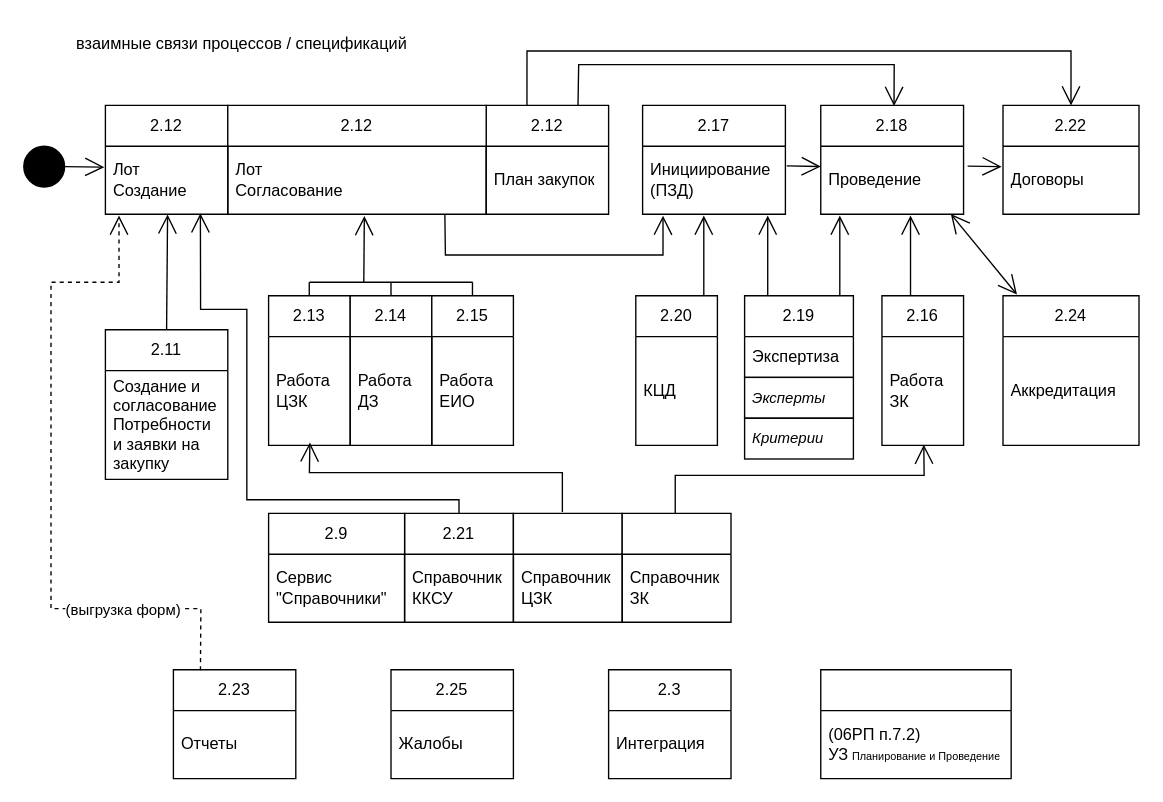
realrvs/drawio keeps this draw.io diagram as page "процессы / ТЗ" (8 of 8) of Предметная область SRM.drawio. Above is the earlier version. Source tidied: cells renumbered, new cells numbered last; positions are measured from the earlier drawing's top-left corner, leaving out a move shared by most shapes. Both pictures are drawn from the tidied source at 136%, with x=0, y=0 at pixel (23, 23).
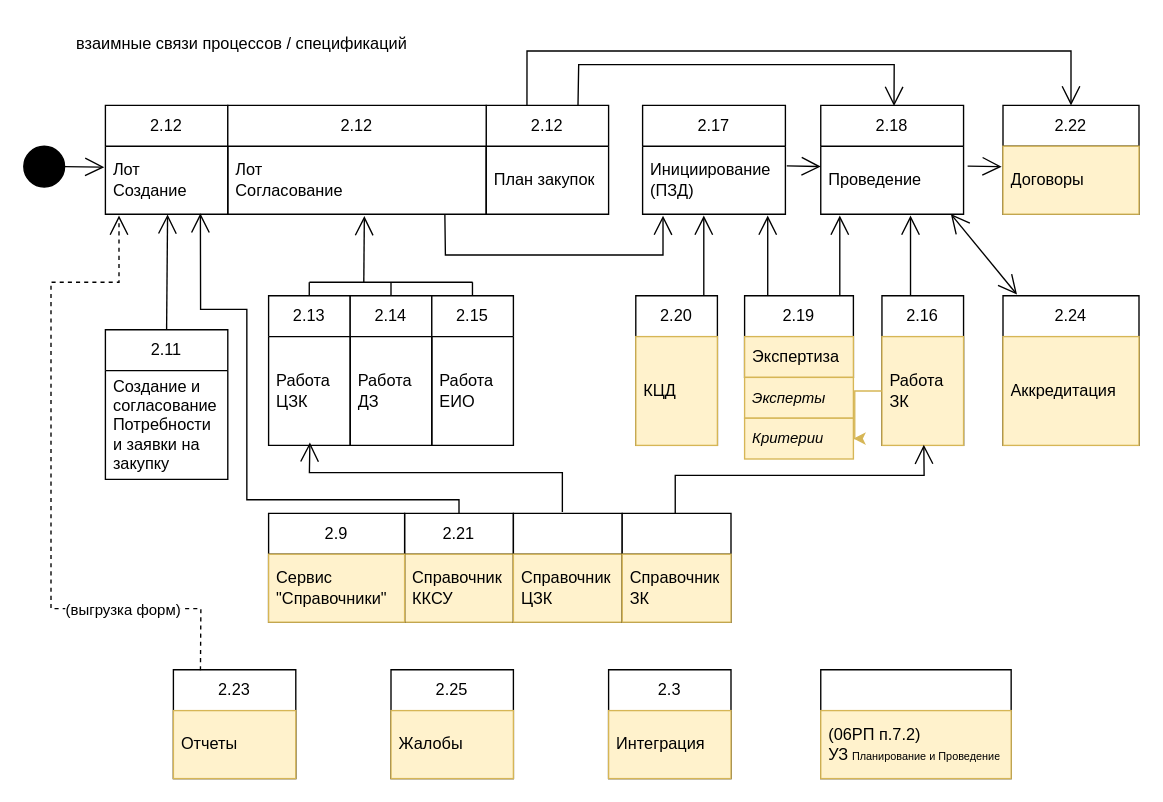
The same diagram, later.

The change refers to these unchanged cells:
```xml
<mxCell id="26" value="2.19" style="swimlane;fontStyle=0;horizontal=1;startSize=30;whiteSpace=wrap;html=1;" parent="1" vertex="1">
  <mxGeometry x="530" y="200" width="80" height="60" as="geometry" />
</mxCell>
<mxCell id="28" value="2.16" style="swimlane;fontStyle=0;horizontal=1;startSize=30;whiteSpace=wrap;html=1;" parent="1" vertex="1">
  <mxGeometry x="631" y="200" width="60" height="110" as="geometry" />
</mxCell>
<mxCell id="30" value="2.21" style="swimlane;fontStyle=0;horizontal=1;startSize=30;whiteSpace=wrap;html=1;" parent="1" vertex="1">
  <mxGeometry x="280" y="360" width="80" height="80" as="geometry" />
</mxCell>
<mxCell id="34" style="swimlane;fontStyle=0;horizontal=1;startSize=30;whiteSpace=wrap;html=1;" parent="1" vertex="1">
  <mxGeometry x="360" y="360" width="80" height="80" as="geometry" />
</mxCell>
<mxCell id="38" style="swimlane;fontStyle=0;horizontal=1;startSize=30;whiteSpace=wrap;html=1;" parent="1" vertex="1">
  <mxGeometry x="440" y="360" width="80" height="80" as="geometry" />
</mxCell>
<mxCell id="42" value="2.9" style="swimlane;fontStyle=0;horizontal=1;startSize=30;whiteSpace=wrap;html=1;" parent="1" vertex="1">
  <mxGeometry x="180" y="360" width="100" height="80" as="geometry" />
</mxCell>
<mxCell id="49" value="2.22" style="swimlane;fontStyle=0;horizontal=1;startSize=30;whiteSpace=wrap;html=1;" parent="1" vertex="1">
  <mxGeometry x="720" y="60" width="100" height="80" as="geometry" />
</mxCell>
<mxCell id="53" value="2.24" style="swimlane;fontStyle=0;horizontal=1;startSize=30;whiteSpace=wrap;html=1;" parent="1" vertex="1">
  <mxGeometry x="720" y="200" width="100" height="110" as="geometry" />
</mxCell>
<mxCell id="56" value="2.20" style="swimlane;fontStyle=0;horizontal=1;startSize=30;whiteSpace=wrap;html=1;" parent="1" vertex="1">
  <mxGeometry x="450" y="200" width="60" height="110" as="geometry" />
</mxCell>
<mxCell id="59" value="2.23" style="swimlane;fontStyle=0;horizontal=1;startSize=30;whiteSpace=wrap;html=1;" parent="1" vertex="1">
  <mxGeometry x="110" y="475" width="90" height="80" as="geometry" />
</mxCell>
<mxCell id="61" value="2.25" style="swimlane;fontStyle=0;horizontal=1;startSize=30;whiteSpace=wrap;html=1;" parent="1" vertex="1">
  <mxGeometry x="270" y="475" width="90" height="80" as="geometry" />
</mxCell>
<mxCell id="63" value="2.3" style="swimlane;fontStyle=0;horizontal=1;startSize=30;whiteSpace=wrap;html=1;" parent="1" vertex="1">
  <mxGeometry x="430" y="475" width="90" height="80" as="geometry" />
</mxCell>
<mxCell id="65" style="swimlane;fontStyle=0;horizontal=1;startSize=30;whiteSpace=wrap;html=1;" parent="1" vertex="1">
  <mxGeometry x="586" y="475" width="140" height="80" as="geometry" />
</mxCell>
```

What changed in the source:
```diff
@@
-    <mxCell id="27" value="Экспертиза" style="text;strokeColor=none;fillColor=none;align=left;verticalAlign=middle;spacingLeft=4;spacingRight=4;overflow=hidden;whiteSpace=wrap;html=1;" parent="26" vertex="1">
+    <mxCell id="27" value="Экспертиза" style="text;strokeColor=#d6b656;fillColor=#fff2cc;align=left;verticalAlign=middle;spacingLeft=4;spacingRight=4;overflow=hidden;whiteSpace=wrap;html=1;" parent="26" vertex="1">
       <mxGeometry y="30" width="80" height="30" as="geometry" />
     </mxCell>
@@
-    <mxCell id="29" value="Работа ЗК" style="text;strokeColor=none;fillColor=none;align=left;verticalAlign=middle;spacingLeft=4;spacingRight=4;overflow=hidden;points=[[0,0.5],[1,0.5]];portConstraint=eastwest;whiteSpace=wrap;html=1;" parent="28" vertex="1">
+    <mxCell id="29" value="Работа ЗК" style="text;strokeColor=#d6b656;fillColor=#fff2cc;align=left;verticalAlign=middle;spacingLeft=4;spacingRight=4;overflow=hidden;points=[[0,0.5],[1,0.5]];portConstraint=eastwest;whiteSpace=wrap;html=1;" parent="28" vertex="1">
       <mxGeometry y="30" width="60" height="80" as="geometry" />
     </mxCell>
@@
-    <mxCell id="31" value="Справочник&lt;div&gt;ККСУ&lt;/div&gt;" style="text;strokeColor=none;fillColor=none;align=left;verticalAlign=middle;spacingLeft=4;spacingRight=4;overflow=hidden;whiteSpace=wrap;html=1;" parent="30" vertex="1">
+    <mxCell id="31" value="Справочник&lt;div&gt;ККСУ&lt;/div&gt;" style="text;strokeColor=#d6b656;fillColor=#fff2cc;align=left;verticalAlign=middle;spacingLeft=4;spacingRight=4;overflow=hidden;whiteSpace=wrap;html=1;" parent="30" vertex="1">
       <mxGeometry y="30" width="80" height="50" as="geometry" />
     </mxCell>
@@
-    <mxCell id="35" value="Справочник&lt;div&gt;&lt;span style=&quot;background-color: transparent; color: light-dark(rgb(0, 0, 0), rgb(255, 255, 255));&quot;&gt;ЦЗК&lt;/span&gt;&lt;/div&gt;" style="text;strokeColor=none;fillColor=none;align=left;verticalAlign=middle;spacingLeft=4;spacingRight=4;overflow=hidden;whiteSpace=wrap;html=1;" parent="34" vertex="1">
+    <mxCell id="35" value="Справочник&lt;div&gt;&lt;span style=&quot;background-color: transparent; color: light-dark(rgb(0, 0, 0), rgb(255, 255, 255));&quot;&gt;ЦЗК&lt;/span&gt;&lt;/div&gt;" style="text;strokeColor=#d6b656;fillColor=#fff2cc;align=left;verticalAlign=middle;spacingLeft=4;spacingRight=4;overflow=hidden;whiteSpace=wrap;html=1;" parent="34" vertex="1">
       <mxGeometry y="30" width="80" height="50" as="geometry" />
     </mxCell>
-    <mxCell id="36" value="&lt;i&gt;Эксперты&lt;/i&gt;" style="text;strokeColor=default;fillColor=none;align=left;verticalAlign=middle;spacingLeft=4;spacingRight=4;overflow=hidden;whiteSpace=wrap;html=1;fontSize=11;" parent="1" vertex="1">
+    <mxCell id="36" value="&lt;i&gt;Эксперты&lt;/i&gt;" style="text;strokeColor=#d6b656;fillColor=#fff2cc;align=left;verticalAlign=middle;spacingLeft=4;spacingRight=4;overflow=hidden;whiteSpace=wrap;html=1;fontSize=11;" parent="1" vertex="1">
       <mxGeometry x="530" y="260" width="80" height="30" as="geometry" />
     </mxCell>
-    <mxCell id="37" value="&lt;i&gt;Критерии&lt;/i&gt;" style="text;strokeColor=default;fillColor=none;align=left;verticalAlign=middle;spacingLeft=4;spacingRight=4;overflow=hidden;points=[[0,0.5],[1,0.5]];portConstraint=eastwest;whiteSpace=wrap;html=1;fontSize=11;" parent="1" vertex="1">
+    <mxCell id="37" value="&lt;i&gt;Критерии&lt;/i&gt;" style="text;strokeColor=#d6b656;fillColor=#fff2cc;align=left;verticalAlign=middle;spacingLeft=4;spacingRight=4;overflow=hidden;points=[[0,0.5],[1,0.5]];portConstraint=eastwest;whiteSpace=wrap;html=1;fontSize=11;" parent="1" vertex="1">
       <mxGeometry x="530" y="290" width="80" height="30" as="geometry" />
     </mxCell>
@@
-    <mxCell id="39" value="Справочник&lt;div&gt;&lt;span style=&quot;background-color: transparent; color: light-dark(rgb(0, 0, 0), rgb(255, 255, 255));&quot;&gt;ЗК&lt;/span&gt;&lt;/div&gt;" style="text;strokeColor=none;fillColor=none;align=left;verticalAlign=middle;spacingLeft=4;spacingRight=4;overflow=hidden;whiteSpace=wrap;html=1;" parent="38" vertex="1">
+    <mxCell id="39" value="Справочник&lt;div&gt;&lt;span style=&quot;background-color: transparent; color: light-dark(rgb(0, 0, 0), rgb(255, 255, 255));&quot;&gt;ЗК&lt;/span&gt;&lt;/div&gt;" style="text;strokeColor=#d6b656;fillColor=#fff2cc;align=left;verticalAlign=middle;spacingLeft=4;spacingRight=4;overflow=hidden;whiteSpace=wrap;html=1;" parent="38" vertex="1">
       <mxGeometry y="30" width="80" height="50" as="geometry" />
     </mxCell>
@@
-    <mxCell id="43" value="Сервис &quot;Справочники&quot;" style="text;strokeColor=none;fillColor=none;align=left;verticalAlign=middle;spacingLeft=4;spacingRight=4;overflow=hidden;whiteSpace=wrap;html=1;" parent="42" vertex="1">
+    <mxCell id="43" value="Сервис &quot;Справочники&quot;" style="text;strokeColor=#d6b656;fillColor=#fff2cc;align=left;verticalAlign=middle;spacingLeft=4;spacingRight=4;overflow=hidden;whiteSpace=wrap;html=1;" parent="42" vertex="1">
       <mxGeometry y="30" width="100" height="50" as="geometry" />
     </mxCell>
@@
-    <mxCell id="50" value="Договоры" style="text;strokeColor=none;fillColor=none;align=left;verticalAlign=middle;spacingLeft=4;spacingRight=4;overflow=hidden;whiteSpace=wrap;html=1;" parent="49" vertex="1">
+    <mxCell id="50" value="Договоры" style="text;strokeColor=#d6b656;fillColor=#fff2cc;align=left;verticalAlign=middle;spacingLeft=4;spacingRight=4;overflow=hidden;whiteSpace=wrap;html=1;" parent="49" vertex="1">
       <mxGeometry y="30" width="100" height="50" as="geometry" />
     </mxCell>
@@
-    <mxCell id="54" value="Аккредитация" style="text;strokeColor=none;fillColor=none;align=left;verticalAlign=middle;spacingLeft=4;spacingRight=4;overflow=hidden;whiteSpace=wrap;html=1;" parent="53" vertex="1">
+    <mxCell id="54" value="Аккредитация" style="text;strokeColor=#d6b656;fillColor=#fff2cc;align=left;verticalAlign=middle;spacingLeft=4;spacingRight=4;overflow=hidden;whiteSpace=wrap;html=1;" parent="53" vertex="1">
       <mxGeometry y="30" width="100" height="80" as="geometry" />
     </mxCell>
@@
-    <mxCell id="57" value="КЦД" style="text;strokeColor=none;fillColor=none;align=left;verticalAlign=middle;spacingLeft=4;spacingRight=4;overflow=hidden;whiteSpace=wrap;html=1;" parent="56" vertex="1">
+    <mxCell id="57" value="КЦД" style="text;strokeColor=#d6b656;fillColor=#fff2cc;align=left;verticalAlign=middle;spacingLeft=4;spacingRight=4;overflow=hidden;whiteSpace=wrap;html=1;" parent="56" vertex="1">
       <mxGeometry y="30" width="60" height="80" as="geometry" />
     </mxCell>
@@
-    <mxCell id="60" value="Отчеты" style="text;strokeColor=none;fillColor=none;align=left;verticalAlign=middle;spacingLeft=4;spacingRight=4;overflow=hidden;whiteSpace=wrap;html=1;" parent="59" vertex="1">
+    <mxCell id="60" value="Отчеты" style="text;strokeColor=#d6b656;fillColor=#fff2cc;align=left;verticalAlign=middle;spacingLeft=4;spacingRight=4;overflow=hidden;whiteSpace=wrap;html=1;" parent="59" vertex="1">
       <mxGeometry y="30" width="90" height="50" as="geometry" />
     </mxCell>
@@
-    <mxCell id="62" value="Жалобы" style="text;strokeColor=none;fillColor=none;align=left;verticalAlign=middle;spacingLeft=4;spacingRight=4;overflow=hidden;whiteSpace=wrap;html=1;" parent="61" vertex="1">
+    <mxCell id="62" value="Жалобы" style="text;strokeColor=#d6b656;fillColor=#fff2cc;align=left;verticalAlign=middle;spacingLeft=4;spacingRight=4;overflow=hidden;whiteSpace=wrap;html=1;" parent="61" vertex="1">
       <mxGeometry y="30" width="90" height="50" as="geometry" />
     </mxCell>
@@
-    <mxCell id="64" value="Интеграция" style="text;strokeColor=none;fillColor=none;align=left;verticalAlign=middle;spacingLeft=4;spacingRight=4;overflow=hidden;whiteSpace=wrap;html=1;" parent="63" vertex="1">
+    <mxCell id="64" value="Интеграция" style="text;strokeColor=#d6b656;fillColor=#fff2cc;align=left;verticalAlign=middle;spacingLeft=4;spacingRight=4;overflow=hidden;whiteSpace=wrap;html=1;" parent="63" vertex="1">
       <mxGeometry y="30" width="90" height="50" as="geometry" />
     </mxCell>
@@
-    <mxCell id="66" value="&lt;font style=&quot;font-size: 8px;&quot;&gt;&lt;span style=&quot;font-size: 12px; text-align: center;&quot;&gt;(06РП п.7.2)&amp;nbsp;&lt;/span&gt;&lt;/font&gt;&lt;div&gt;&lt;font&gt;УЗ&lt;font size=&quot;1&quot;&gt;&amp;nbsp;&lt;/font&gt;&lt;/font&gt;&lt;span style=&quot;font-size: 8px; background-color: transparent; color: light-dark(rgb(0, 0, 0), rgb(255, 255, 255));&quot;&gt;Планирование и Проведение&lt;/span&gt;&lt;/div&gt;" style="text;strokeColor=none;fillColor=none;align=left;verticalAlign=middle;spacingLeft=4;spacingRight=4;overflow=hidden;whiteSpace=wrap;html=1;" parent="65" vertex="1">
+    <mxCell id="66" value="&lt;font style=&quot;font-size: 8px;&quot;&gt;&lt;span style=&quot;font-size: 12px; text-align: center;&quot;&gt;(06РП п.7.2)&amp;nbsp;&lt;/span&gt;&lt;/font&gt;&lt;div&gt;&lt;font&gt;УЗ&lt;font size=&quot;1&quot;&gt;&amp;nbsp;&lt;/font&gt;&lt;/font&gt;&lt;span style=&quot;font-size: 8px; background-color: transparent; color: light-dark(rgb(0, 0, 0), rgb(255, 255, 255));&quot;&gt;Планирование и Проведение&lt;/span&gt;&lt;/div&gt;" style="text;strokeColor=#d6b656;fillColor=#fff2cc;align=left;verticalAlign=middle;spacingLeft=4;spacingRight=4;overflow=hidden;whiteSpace=wrap;html=1;" parent="65" vertex="1">
       <mxGeometry y="30" width="140" height="50" as="geometry" />
     </mxCell>
@@
+    <mxCell id="73" style="edgeStyle=orthogonalEdgeStyle;rounded=0;jettySize=auto;html=1;fillColor=#fff2cc;strokeColor=#d6b656;" parent="1" edge="1" source="29" target="37">
+      <mxGeometry relative="1" as="geometry" />
+    </mxCell>
```
